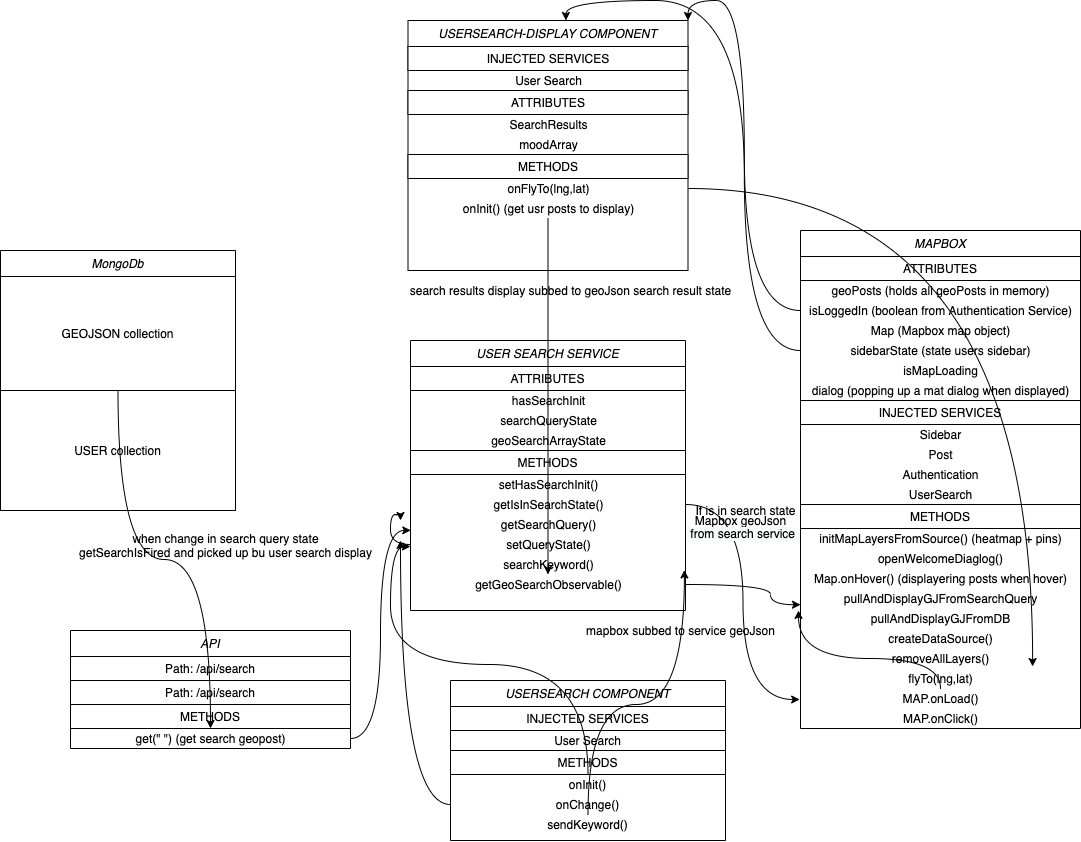
Above: supporting_images/usersearch.png in edysfy/Group_website (draw.io), before the change. Source tidied: cells renumbered, new cells last; positions are measured from the earlier drawing's top-left corner, leaving out a move shared by most shapes.
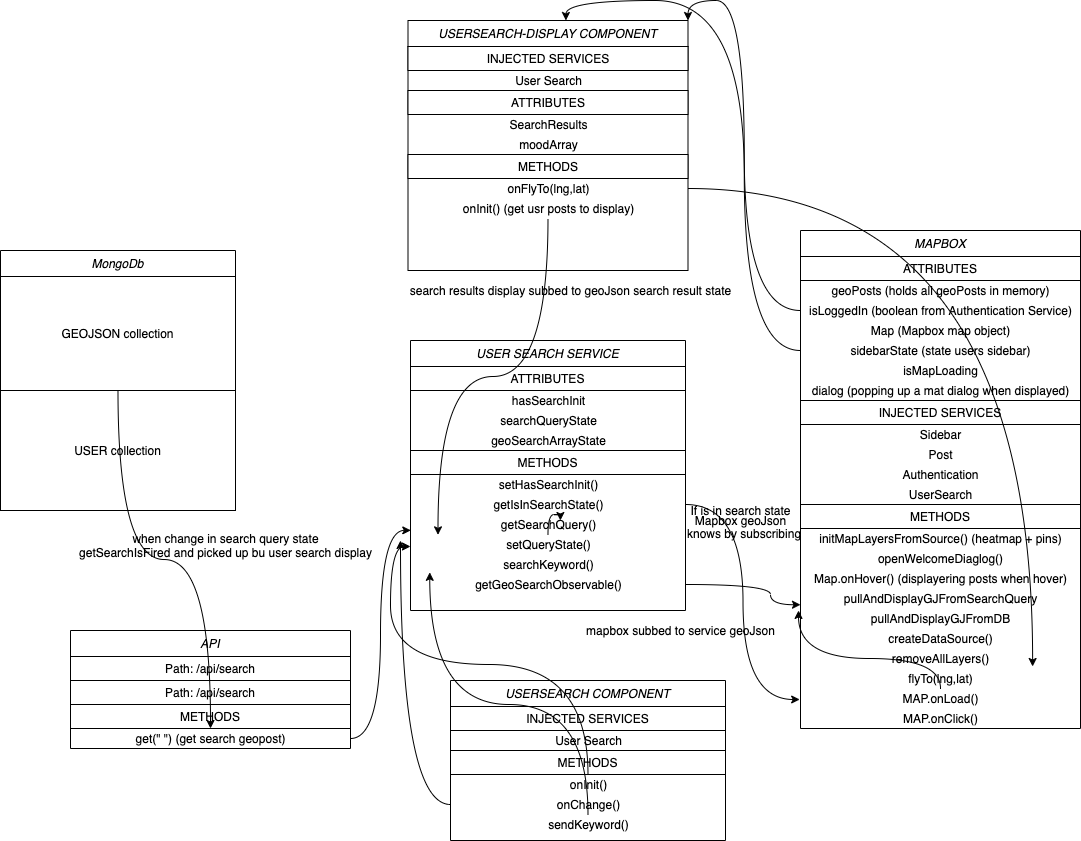
After the commit.

Change to the diagram source:
```diff
@@ -186,6 +186,9 @@
     <mxCell id="61" value="getSearchQuery()" style="text;html=1;align=center;verticalAlign=middle;points=[];strokeColor=none;" parent="53" vertex="1">
       <mxGeometry y="174" width="275" height="20" as="geometry" />
     </mxCell>
+    <mxCell id="83" style="edgeStyle=orthogonalEdgeStyle;curved=1;rounded=0;jettySize=auto;html=1;entryX=0.545;entryY=0.3;entryDx=0;entryDy=0;entryPerimeter=0;" parent="53" edge="1" source="62" target="61">
+      <mxGeometry relative="1" as="geometry" />
+    </mxCell>
     <mxCell id="62" value="setQueryState()" style="text;html=1;align=center;verticalAlign=middle;points=[];strokeColor=none;" parent="53" vertex="1">
       <mxGeometry y="194" width="275" height="20" as="geometry" />
     </mxCell>
@@ -213,12 +216,12 @@
       </mxGeometry>
     </mxCell>
     <mxCell id="69" value="If is in search state" style="text;html=1;align=center;verticalAlign=middle;strokeColor=none;" parent="1" vertex="1">
-      <mxGeometry x="685" y="480" width="120" height="20" as="geometry" />
+      <mxGeometry x="680" y="480" width="120" height="20" as="geometry" />
     </mxCell>
     <mxCell id="70" value="Mapbox geoJson" style="text;html=1;align=center;verticalAlign=middle;strokeColor=none;" parent="1" vertex="1">
       <mxGeometry x="685" y="490" width="110" height="20" as="geometry" />
     </mxCell>
-    <mxCell id="71" value="&lt;meta charset=&quot;utf-8&quot;&gt;&lt;span style=&quot;color: rgb(0, 0, 0); font-family: helvetica; font-size: 12px; font-style: normal; font-weight: 400; letter-spacing: normal; text-align: center; text-indent: 0px; text-transform: none; word-spacing: 0px; background-color: rgb(248, 249, 250); display: inline; float: none;&quot;&gt;&lt;span&gt;&amp;nbsp;&lt;/span&gt;from search service&lt;/span&gt;" style="text;whiteSpace=wrap;html=1;" parent="1" vertex="1">
+    <mxCell id="71" value="&lt;div style=&quot;text-align: center&quot;&gt;&lt;span&gt;&lt;font face=&quot;helvetica&quot;&gt;knows by subscribing&lt;/font&gt;&lt;/span&gt;&lt;/div&gt;" style="text;whiteSpace=wrap;html=1;" parent="1" vertex="1">
       <mxGeometry x="685" y="500" width="130" height="30" as="geometry" />
     </mxCell>
     <mxCell id="72" value="mapbox subbed to service geoJson&lt;br&gt;" style="text;html=1;align=center;verticalAlign=middle;strokeColor=none;" parent="1" vertex="1">
@@ -233,7 +236,7 @@
     <mxCell id="75" style="edgeStyle=orthogonalEdgeStyle;curved=1;rounded=0;jettySize=auto;html=1;entryX=0.829;entryY=-0.1;entryDx=0;entryDy=0;entryPerimeter=0;" parent="1" edge="1" source="46" target="25">
       <mxGeometry relative="1" as="geometry" />
     </mxCell>
-    <mxCell id="76" style="edgeStyle=orthogonalEdgeStyle;curved=1;rounded=0;jettySize=auto;html=1;" parent="1" edge="1" source="47" target="64">
+    <mxCell id="76" style="edgeStyle=orthogonalEdgeStyle;curved=1;rounded=0;jettySize=auto;html=1;entryX=0.1;entryY=0.017;entryDx=0;entryDy=0;entryPerimeter=0;" parent="1" edge="1" source="47" target="62">
       <mxGeometry relative="1" as="geometry" />
     </mxCell>
     <mxCell id="77" value="search results display subbed to geoJson search result state" style="text;html=1;align=center;verticalAlign=middle;strokeColor=none;" parent="1" vertex="1">
@@ -247,15 +250,10 @@
         <mxPoint x="400" y="520" as="targetPoint" />
       </mxGeometry>
     </mxCell>
-    <mxCell id="80" style="edgeStyle=orthogonalEdgeStyle;curved=1;rounded=0;jettySize=auto;html=1;" parent="1" edge="1" source="62">
-      <mxGeometry relative="1" as="geometry">
-        <mxPoint x="400" y="500" as="targetPoint" />
-      </mxGeometry>
-    </mxCell>
     <mxCell id="81" value="when change in search query state&lt;br&gt;getSearchIsFired and picked up bu user search display&lt;br&gt;" style="text;html=1;align=center;verticalAlign=middle;strokeColor=none;" parent="1" vertex="1">
       <mxGeometry x="70" y="510" width="310" height="30" as="geometry" />
     </mxCell>
-    <mxCell id="82" style="edgeStyle=orthogonalEdgeStyle;curved=1;rounded=0;jettySize=auto;html=1;entryX=0.996;entryY=-0.226;entryDx=0;entryDy=0;entryPerimeter=0;" parent="1" edge="1" source="38" target="64">
+    <mxCell id="82" style="edgeStyle=orthogonalEdgeStyle;curved=1;rounded=0;jettySize=auto;html=1;entryX=0.07;entryY=-0.108;entryDx=0;entryDy=0;entryPerimeter=0;" parent="1" edge="1" source="38" target="64">
       <mxGeometry relative="1" as="geometry" />
     </mxCell>
   </root>
```
